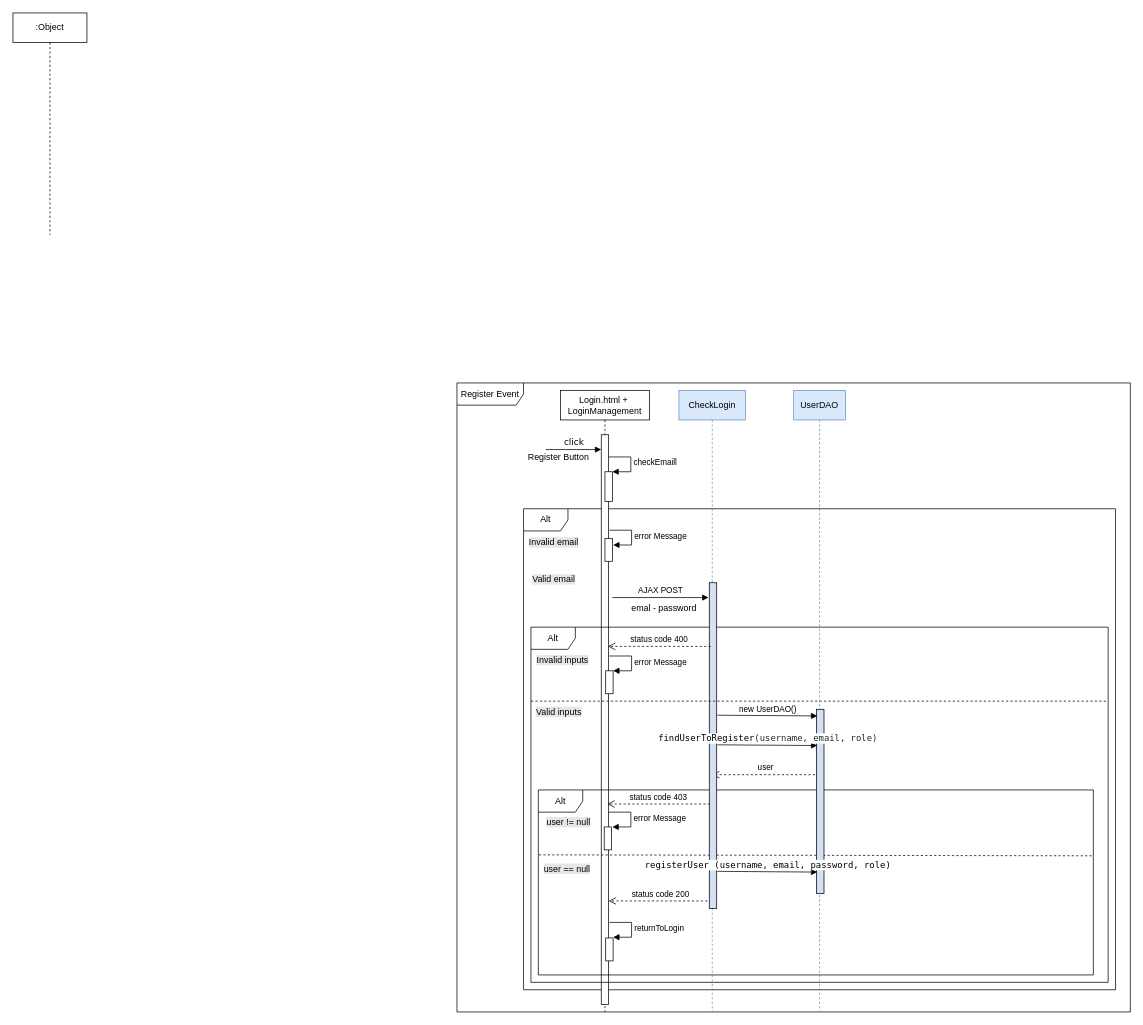
Above: documentation/RIA_files_drawio/RegisterEvent.drawio in ManuMerlo/Web-App-Project-TIW-2022-Inghilleri-Merlo (draw.io), before the change. Source tidied: cells renumbered, new cells numbered last; positions are measured from the earlier drawing's top-left corner, leaving out a move shared by most shapes. Both pictures are drawn from the tidied source at 74%, with x=0, y=0 at pixel (13, 13).
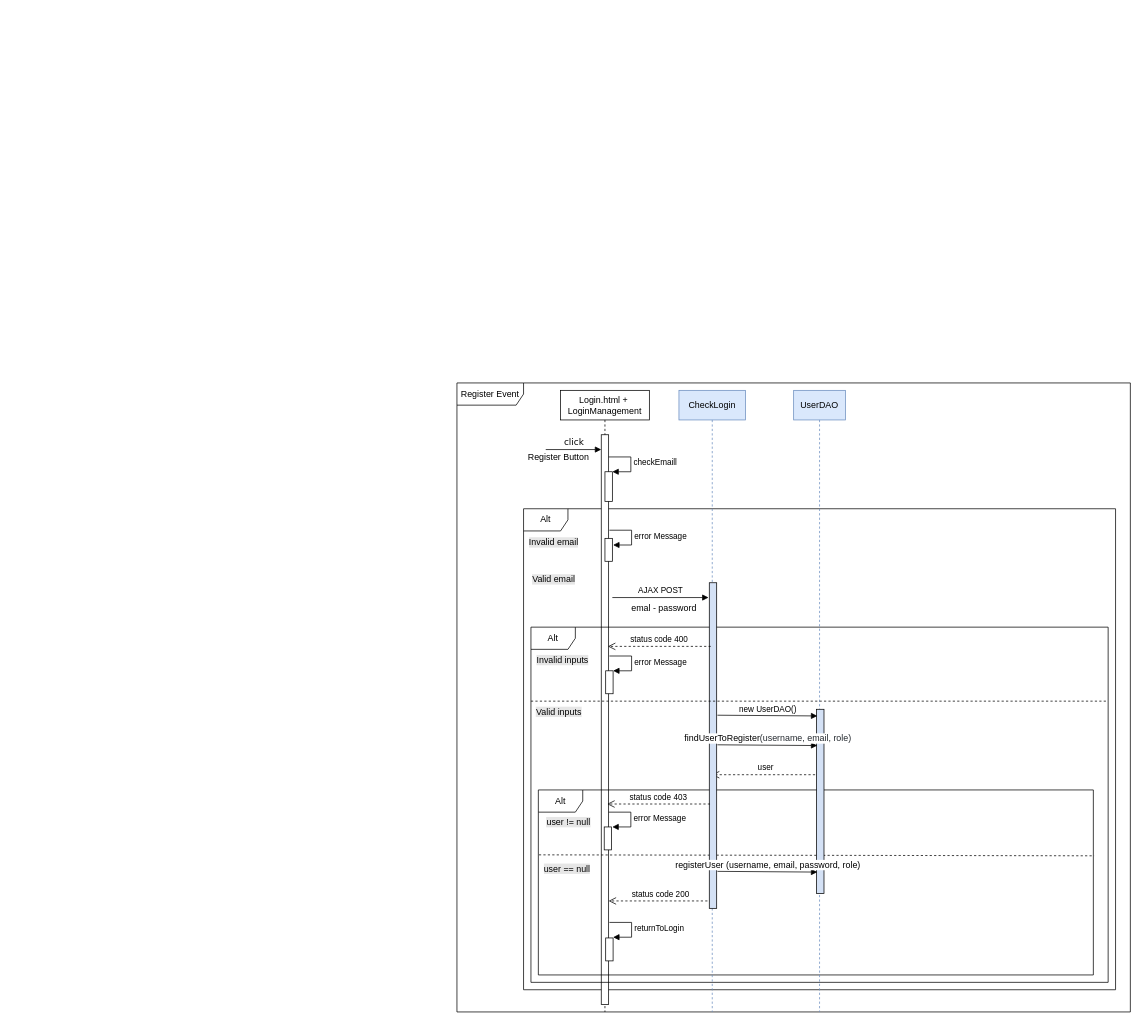
After the change.

Diff of the diagram source:
```diff
@@
-    <mxCell id="20" value=":Object" style="shape=umlLifeline;perimeter=lifelinePerimeter;whiteSpace=wrap;html=1;" parent="1" vertex="1">
-      <mxGeometry width="100" height="300" as="geometry" />
-    </mxCell>
@@
-    <mxCell id="34" value="&lt;span style=&quot;box-sizing: border-box; color: var(--color-prettylights-syntax-entity); font-family: ui-monospace, SFMono-Regular, &amp;quot;SF Mono&amp;quot;, Menlo, Consolas, &amp;quot;Liberation Mono&amp;quot;, monospace; font-size: 12px; text-align: start;&quot; class=&quot;pl-en&quot;&gt;findUserToRegister&lt;/span&gt;&lt;span style=&quot;color: rgb(36, 41, 47); font-family: ui-monospace, SFMono-Regular, &amp;quot;SF Mono&amp;quot;, Menlo, Consolas, &amp;quot;Liberation Mono&amp;quot;, monospace; font-size: 12px; text-align: start;&quot;&gt;(&lt;/span&gt;&lt;span style=&quot;box-sizing: border-box; color: rgb(36, 41, 47); font-family: ui-monospace, SFMono-Regular, &amp;quot;SF Mono&amp;quot;, Menlo, Consolas, &amp;quot;Liberation Mono&amp;quot;, monospace; font-size: 12px; text-align: start;&quot; class=&quot;pl-s1&quot;&gt;username&lt;/span&gt;&lt;span style=&quot;color: rgb(36, 41, 47); font-family: ui-monospace, SFMono-Regular, &amp;quot;SF Mono&amp;quot;, Menlo, Consolas, &amp;quot;Liberation Mono&amp;quot;, monospace; font-size: 12px; text-align: start;&quot;&gt;, &lt;/span&gt;&lt;span style=&quot;box-sizing: border-box; color: rgb(36, 41, 47); font-family: ui-monospace, SFMono-Regular, &amp;quot;SF Mono&amp;quot;, Menlo, Consolas, &amp;quot;Liberation Mono&amp;quot;, monospace; font-size: 12px; text-align: start;&quot; class=&quot;pl-s1&quot;&gt;email&lt;/span&gt;&lt;span style=&quot;color: rgb(36, 41, 47); font-family: ui-monospace, SFMono-Regular, &amp;quot;SF Mono&amp;quot;, Menlo, Consolas, &amp;quot;Liberation Mono&amp;quot;, monospace; font-size: 12px; text-align: start;&quot;&gt;, &lt;/span&gt;&lt;span style=&quot;box-sizing: border-box; color: rgb(36, 41, 47); font-family: ui-monospace, SFMono-Regular, &amp;quot;SF Mono&amp;quot;, Menlo, Consolas, &amp;quot;Liberation Mono&amp;quot;, monospace; font-size: 12px; text-align: start;&quot; class=&quot;pl-s1&quot;&gt;role&lt;/span&gt;&lt;span style=&quot;color: rgb(36, 41, 47); font-family: ui-monospace, SFMono-Regular, &amp;quot;SF Mono&amp;quot;, Menlo, Consolas, &amp;quot;Liberation Mono&amp;quot;, monospace; font-size: 12px; text-align: start;&quot;&gt;)&lt;/span&gt;" style="html=1;verticalAlign=bottom;endArrow=block;rounded=0;" parent="1" edge="1">
+    <mxCell id="34" value="&lt;span style=&quot;box-sizing: border-box; color: var(--color-prettylights-syntax-entity); font-size: 12px; text-align: start;&quot; class=&quot;pl-en&quot;&gt;findUserToRegister&lt;/span&gt;&lt;span style=&quot;color: rgb(36, 41, 47); font-size: 12px; text-align: start;&quot;&gt;(&lt;/span&gt;&lt;span style=&quot;box-sizing: border-box; color: rgb(36, 41, 47); font-size: 12px; text-align: start;&quot; class=&quot;pl-s1&quot;&gt;username&lt;/span&gt;&lt;span style=&quot;color: rgb(36, 41, 47); font-size: 12px; text-align: start;&quot;&gt;, &lt;/span&gt;&lt;span style=&quot;box-sizing: border-box; color: rgb(36, 41, 47); font-size: 12px; text-align: start;&quot; class=&quot;pl-s1&quot;&gt;email&lt;/span&gt;&lt;span style=&quot;color: rgb(36, 41, 47); font-size: 12px; text-align: start;&quot;&gt;, &lt;/span&gt;&lt;span style=&quot;box-sizing: border-box; color: rgb(36, 41, 47); font-size: 12px; text-align: start;&quot; class=&quot;pl-s1&quot;&gt;role&lt;/span&gt;&lt;span style=&quot;color: rgb(36, 41, 47); font-size: 12px; text-align: start;&quot;&gt;)&lt;/span&gt;" style="html=1;verticalAlign=bottom;endArrow=block;rounded=0;" parent="1" edge="1">
       <mxGeometry relative="1" as="geometry">
         <mxPoint x="952" y="989" as="sourcePoint" />
         <mxPoint x="1087" y="990" as="targetPoint" />
       </mxGeometry>
     </mxCell>
@@
-    <mxCell id="39" value="&lt;span style=&quot;font-family: ui-monospace, SFMono-Regular, &amp;quot;SF Mono&amp;quot;, Menlo, Consolas, &amp;quot;Liberation Mono&amp;quot;, monospace; font-size: 12px; text-align: start;&quot;&gt;registerUser (&lt;/span&gt;&lt;span style=&quot;box-sizing: border-box; font-family: ui-monospace, SFMono-Regular, &amp;quot;SF Mono&amp;quot;, Menlo, Consolas, &amp;quot;Liberation Mono&amp;quot;, monospace; font-size: 12px; text-align: start;&quot; class=&quot;pl-s1&quot;&gt;username&lt;/span&gt;&lt;span style=&quot;font-family: ui-monospace, SFMono-Regular, &amp;quot;SF Mono&amp;quot;, Menlo, Consolas, &amp;quot;Liberation Mono&amp;quot;, monospace; font-size: 12px; text-align: start;&quot;&gt;, &lt;/span&gt;&lt;span style=&quot;box-sizing: border-box; font-family: ui-monospace, SFMono-Regular, &amp;quot;SF Mono&amp;quot;, Menlo, Consolas, &amp;quot;Liberation Mono&amp;quot;, monospace; font-size: 12px; text-align: start;&quot; class=&quot;pl-s1&quot;&gt;email&lt;/span&gt;&lt;span style=&quot;font-family: ui-monospace, SFMono-Regular, &amp;quot;SF Mono&amp;quot;, Menlo, Consolas, &amp;quot;Liberation Mono&amp;quot;, monospace; font-size: 12px; text-align: start;&quot;&gt;, &lt;/span&gt;&lt;span style=&quot;box-sizing: border-box; font-family: ui-monospace, SFMono-Regular, &amp;quot;SF Mono&amp;quot;, Menlo, Consolas, &amp;quot;Liberation Mono&amp;quot;, monospace; font-size: 12px; text-align: start;&quot; class=&quot;pl-s1&quot;&gt;password&lt;/span&gt;&lt;span style=&quot;font-family: ui-monospace, SFMono-Regular, &amp;quot;SF Mono&amp;quot;, Menlo, Consolas, &amp;quot;Liberation Mono&amp;quot;, monospace; font-size: 12px; text-align: start;&quot;&gt;, &lt;/span&gt;&lt;span style=&quot;box-sizing: border-box; font-family: ui-monospace, SFMono-Regular, &amp;quot;SF Mono&amp;quot;, Menlo, Consolas, &amp;quot;Liberation Mono&amp;quot;, monospace; font-size: 12px; text-align: start;&quot; class=&quot;pl-s1&quot;&gt;role&lt;/span&gt;&lt;span style=&quot;font-family: ui-monospace, SFMono-Regular, &amp;quot;SF Mono&amp;quot;, Menlo, Consolas, &amp;quot;Liberation Mono&amp;quot;, monospace; font-size: 12px; text-align: start;&quot;&gt;)&lt;/span&gt;" style="html=1;verticalAlign=bottom;endArrow=block;rounded=0;" parent="1" edge="1">
+    <mxCell id="39" value="&lt;span style=&quot;font-size: 12px; text-align: start;&quot;&gt;registerUser (&lt;/span&gt;&lt;span style=&quot;box-sizing: border-box; font-size: 12px; text-align: start;&quot; class=&quot;pl-s1&quot;&gt;username&lt;/span&gt;&lt;span style=&quot;font-size: 12px; text-align: start;&quot;&gt;, &lt;/span&gt;&lt;span style=&quot;box-sizing: border-box; font-size: 12px; text-align: start;&quot; class=&quot;pl-s1&quot;&gt;email&lt;/span&gt;&lt;span style=&quot;font-size: 12px; text-align: start;&quot;&gt;, &lt;/span&gt;&lt;span style=&quot;box-sizing: border-box; font-size: 12px; text-align: start;&quot; class=&quot;pl-s1&quot;&gt;password&lt;/span&gt;&lt;span style=&quot;font-size: 12px; text-align: start;&quot;&gt;, &lt;/span&gt;&lt;span style=&quot;box-sizing: border-box; font-size: 12px; text-align: start;&quot; class=&quot;pl-s1&quot;&gt;role&lt;/span&gt;&lt;span style=&quot;font-size: 12px; text-align: start;&quot;&gt;)&lt;/span&gt;" style="html=1;verticalAlign=bottom;endArrow=block;rounded=0;" parent="1" edge="1">
       <mxGeometry relative="1" as="geometry">
         <mxPoint x="952" y="1160" as="sourcePoint" />
         <mxPoint x="1087" y="1161" as="targetPoint" />
       </mxGeometry>
     </mxCell>
```
